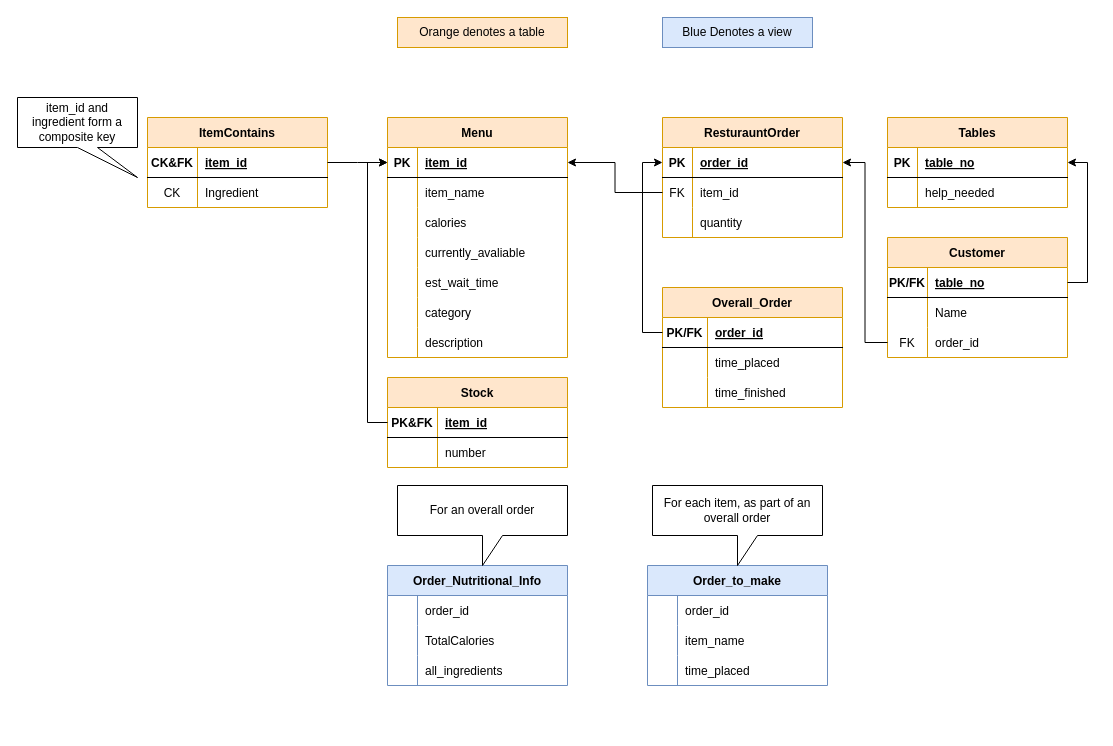
Before: SQLDatabase/Diagrams/DrawIOSchema.drawio in mattyblackout/cs2815-project, a draw.io diagram. Source tidied: cells renumbered, new cells numbered last; positions are measured from the earlier drawing's top-left corner, leaving out a move shared by most shapes. Both pictures are drawn from the tidied source at 100%, with x=0, y=0 at pixel (17, 17).
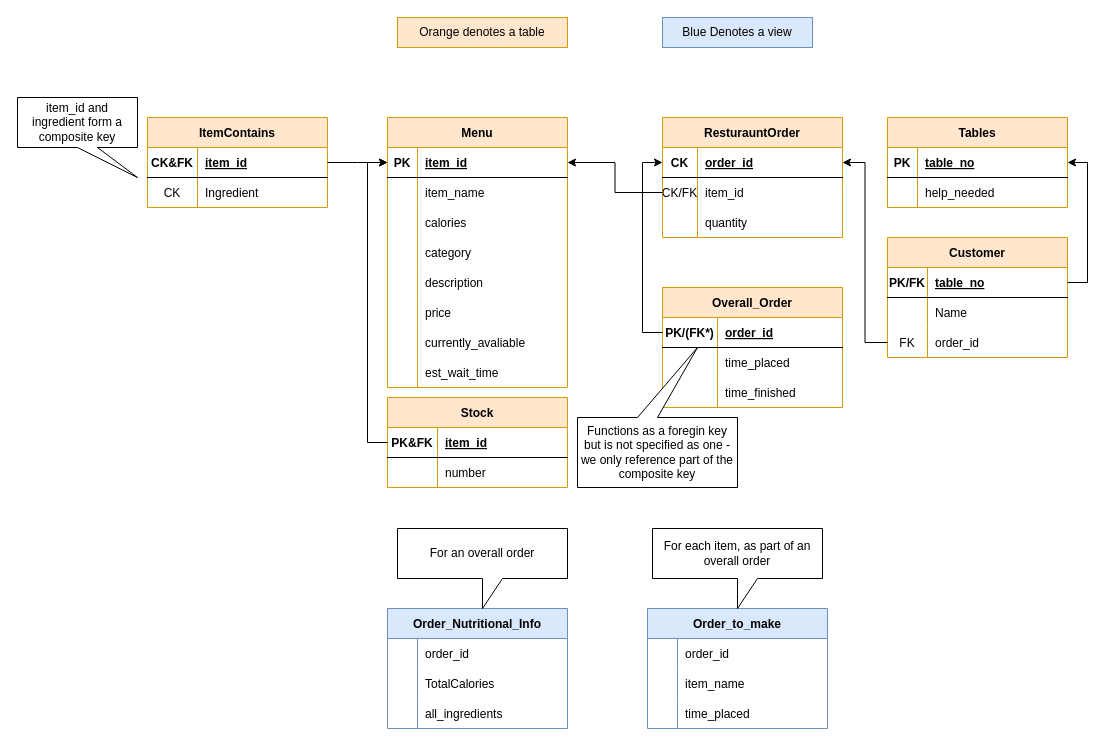
Above is the later version.

Commit message (it also covers changes not shown here):
Updated schema diagram to current specification

Unchanged cells that the change refers to:
```xml
<mxCell id="32" style="shape=tableRow;horizontal=0;startSize=0;swimlaneHead=0;swimlaneBody=0;fillColor=none;points=[[0,0.5],[1,0.5]];portConstraint=eastwest;top=0;left=0;right=0;bottom=1;" parent="31" vertex="1">
  <mxGeometry y="30" width="180" height="30" as="geometry" />
</mxCell>
<mxCell id="35" style="shape=tableRow;horizontal=0;startSize=0;swimlaneHead=0;swimlaneBody=0;fillColor=none;points=[[0,0.5],[1,0.5]];portConstraint=eastwest;top=0;left=0;right=0;bottom=0;" parent="31" vertex="1">
  <mxGeometry y="60" width="180" height="30" as="geometry" />
</mxCell>
<mxCell id="38" style="shape=tableRow;horizontal=0;startSize=0;swimlaneHead=0;swimlaneBody=0;fillColor=none;top=0;left=0;right=0;bottom=0;" parent="31" vertex="1">
  <mxGeometry y="90" width="180" height="30" as="geometry" />
</mxCell>
<mxCell id="42" style="shape=tableRow;horizontal=0;startSize=0;swimlaneHead=0;swimlaneBody=0;fillColor=none;points=[[0,0.5],[1,0.5]];portConstraint=eastwest;top=0;left=0;right=0;bottom=1;" parent="41" vertex="1">
  <mxGeometry y="30" width="180" height="30" as="geometry" />
</mxCell>
<mxCell id="45" style="shape=tableRow;horizontal=0;startSize=0;swimlaneHead=0;swimlaneBody=0;fillColor=none;top=0;left=0;right=0;bottom=0;" parent="41" vertex="1">
  <mxGeometry y="60" width="180" height="30" as="geometry" />
</mxCell>
<mxCell id="48" style="shape=tableRow;horizontal=0;startSize=0;swimlaneHead=0;swimlaneBody=0;fillColor=none;top=0;left=0;right=0;bottom=0;" parent="41" vertex="1">
  <mxGeometry y="90" width="180" height="30" as="geometry" />
</mxCell>
```

Diff of the diagram source:
```diff
@@
     <mxCell id="2" value="Menu" style="shape=table;startSize=30;childLayout=tableLayout;rowLines=0;fontStyle=1;align=center;fillColor=#ffe6cc;strokeColor=#d79b00;" parent="1" vertex="1">
-      <mxGeometry x="370" y="100" width="180" height="240" as="geometry" />
+      <mxGeometry x="370" y="100" width="180" height="270" as="geometry" />
     </mxCell>
@@
+    <mxCell id="18" style="shape=tableRow;horizontal=0;startSize=0;swimlaneHead=0;swimlaneBody=0;fillColor=none;top=0;left=0;right=0;bottom=0;" parent="2" vertex="1">
+      <mxGeometry y="120" width="180" height="30" as="geometry" />
+    </mxCell>
+    <mxCell id="19" style="shape=partialRectangle;fillColor=none;top=0;left=0;bottom=0;right=0;overflow=hidden;" parent="18" vertex="1">
+      <mxGeometry width="30" height="30" as="geometry" />
+    </mxCell>
+    <mxCell id="20" value="category" style="shape=partialRectangle;fillColor=none;top=0;left=0;bottom=0;right=0;align=left;spacingLeft=6;overflow=hidden;" parent="18" vertex="1">
+      <mxGeometry x="30" width="150" height="30" as="geometry" />
+    </mxCell>
+    <mxCell id="21" style="shape=tableRow;horizontal=0;startSize=0;swimlaneHead=0;swimlaneBody=0;fillColor=none;top=0;left=0;right=0;bottom=0;" parent="2" vertex="1">
+      <mxGeometry y="150" width="180" height="30" as="geometry" />
+    </mxCell>
+    <mxCell id="22" style="shape=partialRectangle;fillColor=none;top=0;left=0;bottom=0;right=0;overflow=hidden;" parent="21" vertex="1">
+      <mxGeometry width="30" height="30" as="geometry" />
+    </mxCell>
+    <mxCell id="23" value="description" style="shape=partialRectangle;fillColor=none;top=0;left=0;bottom=0;right=0;align=left;spacingLeft=6;overflow=hidden;" parent="21" vertex="1">
+      <mxGeometry x="30" width="150" height="30" as="geometry" />
+    </mxCell>
+    <mxCell id="106" style="shape=tableRow;horizontal=0;startSize=0;swimlaneHead=0;swimlaneBody=0;fillColor=none;top=0;left=0;right=0;bottom=0;" parent="2" vertex="1">
+      <mxGeometry y="180" width="180" height="30" as="geometry" />
+    </mxCell>
+    <mxCell id="107" style="shape=partialRectangle;fillColor=none;top=0;left=0;bottom=0;right=0;overflow=hidden;" parent="106" vertex="1">
+      <mxGeometry width="30" height="30" as="geometry" />
+    </mxCell>
+    <mxCell id="108" value="price" style="shape=partialRectangle;fillColor=none;top=0;left=0;bottom=0;right=0;align=left;spacingLeft=6;overflow=hidden;" parent="106" vertex="1">
+      <mxGeometry x="30" width="150" height="30" as="geometry" />
+    </mxCell>
     <mxCell id="12" style="shape=tableRow;horizontal=0;startSize=0;swimlaneHead=0;swimlaneBody=0;fillColor=none;top=0;left=0;right=0;bottom=0;" parent="2" vertex="1">
-      <mxGeometry y="120" width="180" height="30" as="geometry" />
+      <mxGeometry y="210" width="180" height="30" as="geometry" />
     </mxCell>
@@
     <mxCell id="15" style="shape=tableRow;horizontal=0;startSize=0;swimlaneHead=0;swimlaneBody=0;fillColor=none;top=0;left=0;right=0;bottom=0;" parent="2" vertex="1">
-      <mxGeometry y="150" width="180" height="30" as="geometry" />
+      <mxGeometry y="240" width="180" height="30" as="geometry" />
     </mxCell>
@@
-    <mxCell id="18" style="shape=tableRow;horizontal=0;startSize=0;swimlaneHead=0;swimlaneBody=0;fillColor=none;top=0;left=0;right=0;bottom=0;" parent="2" vertex="1">
-      <mxGeometry y="180" width="180" height="30" as="geometry" />
-    </mxCell>
-    <mxCell id="19" style="shape=partialRectangle;fillColor=none;top=0;left=0;bottom=0;right=0;overflow=hidden;" parent="18" vertex="1">
-      <mxGeometry width="30" height="30" as="geometry" />
-    </mxCell>
-    <mxCell id="20" value="category" style="shape=partialRectangle;fillColor=none;top=0;left=0;bottom=0;right=0;align=left;spacingLeft=6;overflow=hidden;" parent="18" vertex="1">
-      <mxGeometry x="30" width="150" height="30" as="geometry" />
-    </mxCell>
-    <mxCell id="21" style="shape=tableRow;horizontal=0;startSize=0;swimlaneHead=0;swimlaneBody=0;fillColor=none;top=0;left=0;right=0;bottom=0;" parent="2" vertex="1">
-      <mxGeometry y="210" width="180" height="30" as="geometry" />
-    </mxCell>
-    <mxCell id="22" style="shape=partialRectangle;fillColor=none;top=0;left=0;bottom=0;right=0;overflow=hidden;" parent="21" vertex="1">
-      <mxGeometry width="30" height="30" as="geometry" />
-    </mxCell>
-    <mxCell id="23" value="description" style="shape=partialRectangle;fillColor=none;top=0;left=0;bottom=0;right=0;align=left;spacingLeft=6;overflow=hidden;" parent="21" vertex="1">
-      <mxGeometry x="30" width="150" height="30" as="geometry" />
-    </mxCell>
     <mxCell id="24" value="Stock" style="shape=table;startSize=30;childLayout=tableLayout;rowLines=0;fontStyle=1;align=center;fillColor=#ffe6cc;strokeColor=#d79b00;" parent="1" vertex="1">
-      <mxGeometry x="370" y="360" width="180" height="90" as="geometry" />
+      <mxGeometry x="370" y="380" width="180" height="90" as="geometry" />
     </mxCell>
@@
-    <mxCell id="33" value="PK" style="shape=partialRectangle;fillColor=none;top=0;left=0;bottom=0;right=0;fontStyle=1;overflow=hidden;" parent="32" vertex="1">
-      <mxGeometry width="30" height="30" as="geometry" />
+    <mxCell id="33" value="CK" style="shape=partialRectangle;fillColor=none;top=0;left=0;bottom=0;right=0;fontStyle=1;overflow=hidden;" parent="32" vertex="1">
+      <mxGeometry width="35" height="30" as="geometry" />
     </mxCell>
     <mxCell id="34" value="order_id" style="shape=partialRectangle;fillColor=none;top=0;left=0;bottom=0;right=0;align=left;spacingLeft=6;fontStyle=5;overflow=hidden;" parent="32" vertex="1">
-      <mxGeometry x="30" width="150" height="30" as="geometry" />
+      <mxGeometry x="35" width="145" height="30" as="geometry" />
     </mxCell>
@@
-    <mxCell id="36" value="FK" style="shape=partialRectangle;fillColor=none;top=0;left=0;bottom=0;right=0;overflow=hidden;" parent="35" vertex="1">
-      <mxGeometry width="30" height="30" as="geometry" />
+    <mxCell id="36" value="CK/FK" style="shape=partialRectangle;fillColor=none;top=0;left=0;bottom=0;right=0;overflow=hidden;" parent="35" vertex="1">
+      <mxGeometry width="35" height="30" as="geometry" />
     </mxCell>
     <mxCell id="37" value="item_id" style="shape=partialRectangle;fillColor=none;top=0;left=0;bottom=0;right=0;align=left;spacingLeft=6;overflow=hidden;" parent="35" vertex="1">
-      <mxGeometry x="30" width="150" height="30" as="geometry" />
+      <mxGeometry x="35" width="145" height="30" as="geometry" />
     </mxCell>
@@
     <mxCell id="39" style="shape=partialRectangle;fillColor=none;top=0;left=0;bottom=0;right=0;overflow=hidden;" parent="38" vertex="1">
-      <mxGeometry width="30" height="30" as="geometry" />
+      <mxGeometry width="35" height="30" as="geometry" />
     </mxCell>
     <mxCell id="40" value="quantity" style="shape=partialRectangle;fillColor=none;top=0;left=0;bottom=0;right=0;align=left;spacingLeft=6;overflow=hidden;" parent="38" vertex="1">
-      <mxGeometry x="30" width="150" height="30" as="geometry" />
+      <mxGeometry x="35" width="145" height="30" as="geometry" />
     </mxCell>
@@
-    <mxCell id="43" value="PK/FK" style="shape=partialRectangle;fillColor=none;top=0;left=0;bottom=0;right=0;fontStyle=1;overflow=hidden;" parent="42" vertex="1">
-      <mxGeometry width="45" height="30" as="geometry" />
+    <mxCell id="43" value="PK/(FK*)" style="shape=partialRectangle;fillColor=none;top=0;left=0;bottom=0;right=0;fontStyle=1;overflow=hidden;" parent="42" vertex="1">
+      <mxGeometry width="55" height="30" as="geometry" />
     </mxCell>
     <mxCell id="44" value="order_id" style="shape=partialRectangle;fillColor=none;top=0;left=0;bottom=0;right=0;align=left;spacingLeft=6;fontStyle=5;overflow=hidden;" parent="42" vertex="1">
-      <mxGeometry x="45" width="135" height="30" as="geometry" />
+      <mxGeometry x="55" width="125" height="30" as="geometry" />
     </mxCell>
@@
     <mxCell id="46" style="shape=partialRectangle;fillColor=none;top=0;left=0;bottom=0;right=0;fontStyle=0;overflow=hidden;" parent="45" vertex="1">
-      <mxGeometry width="45" height="30" as="geometry" />
+      <mxGeometry width="55" height="30" as="geometry" />
     </mxCell>
     <mxCell id="47" value="time_placed" style="shape=partialRectangle;fillColor=none;top=0;left=0;bottom=0;right=0;align=left;spacingLeft=6;fontStyle=0;overflow=hidden;" parent="45" vertex="1">
-      <mxGeometry x="45" width="135" height="30" as="geometry" />
+      <mxGeometry x="55" width="125" height="30" as="geometry" />
     </mxCell>
@@
     <mxCell id="49" style="shape=partialRectangle;fillColor=none;top=0;left=0;bottom=0;right=0;overflow=hidden;" parent="48" vertex="1">
-      <mxGeometry width="45" height="30" as="geometry" />
+      <mxGeometry width="55" height="30" as="geometry" />
     </mxCell>
     <mxCell id="50" value="time_finished" style="shape=partialRectangle;fillColor=none;top=0;left=0;bottom=0;right=0;align=left;spacingLeft=6;overflow=hidden;" parent="48" vertex="1">
-      <mxGeometry x="45" width="135" height="30" as="geometry" />
+      <mxGeometry x="55" width="125" height="30" as="geometry" />
     </mxCell>
@@
     <mxCell id="55" value="Order_Nutritional_Info" style="shape=table;startSize=30;childLayout=tableLayout;rowLines=0;fontStyle=1;align=center;fillColor=#dae8fc;strokeColor=#6c8ebf;" parent="1" vertex="1">
-      <mxGeometry x="370" y="548" width="180" height="120" as="geometry" />
+      <mxGeometry x="370" y="591" width="180" height="120" as="geometry" />
     </mxCell>
@@
     <mxCell id="66" value="Order_to_make" style="shape=table;startSize=30;childLayout=tableLayout;rowLines=0;fontStyle=1;align=center;fillColor=#dae8fc;strokeColor=#6c8ebf;" parent="1" vertex="1">
-      <mxGeometry x="630" y="548" width="180" height="120" as="geometry" />
+      <mxGeometry x="630" y="591" width="180" height="120" as="geometry" />
     </mxCell>
@@
     <mxCell id="95" value="For an overall order" style="shape=callout;whiteSpace=wrap;html=1;perimeter=calloutPerimeter;" parent="1" vertex="1">
-      <mxGeometry x="380" y="468" width="170" height="80" as="geometry" />
+      <mxGeometry x="380" y="511" width="170" height="80" as="geometry" />
     </mxCell>
     <mxCell id="96" value="For each item, as part of an overall order" style="shape=callout;whiteSpace=wrap;html=1;perimeter=calloutPerimeter;" parent="1" vertex="1">
-      <mxGeometry x="635" y="468" width="170" height="80" as="geometry" />
+      <mxGeometry x="635" y="511" width="170" height="80" as="geometry" />
     </mxCell>
@@
+    <mxCell id="109" value="Functions as a foregin key but is not specified as one - we only reference part of the composite key" style="shape=callout;whiteSpace=wrap;html=1;perimeter=calloutPerimeter;position2=0.25;direction=west;size=70;position=0.5;" parent="1" vertex="1">
+      <mxGeometry x="560" y="330" width="160" height="140" as="geometry" />
+    </mxCell>
```
